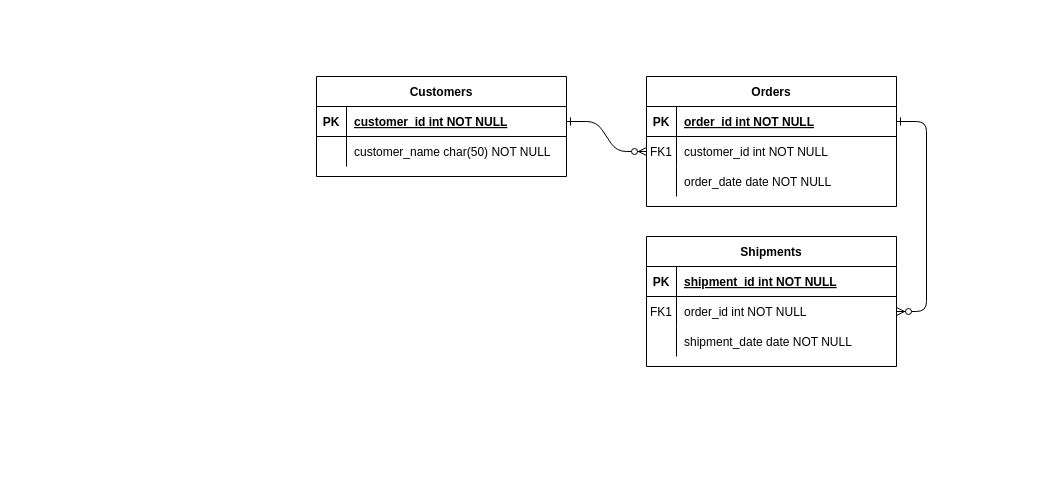
Earlier version of the draw.io diagram Untitled Diagram.drawio (hangnguyen118/draw.io). Source tidied: cells renumbered, new cells numbered last; positions are measured from the earlier drawing's top-left corner, leaving out a move shared by most shapes. Both pictures are drawn from the tidied source at 100%, with x=0, y=0 at pixel (316, 76).
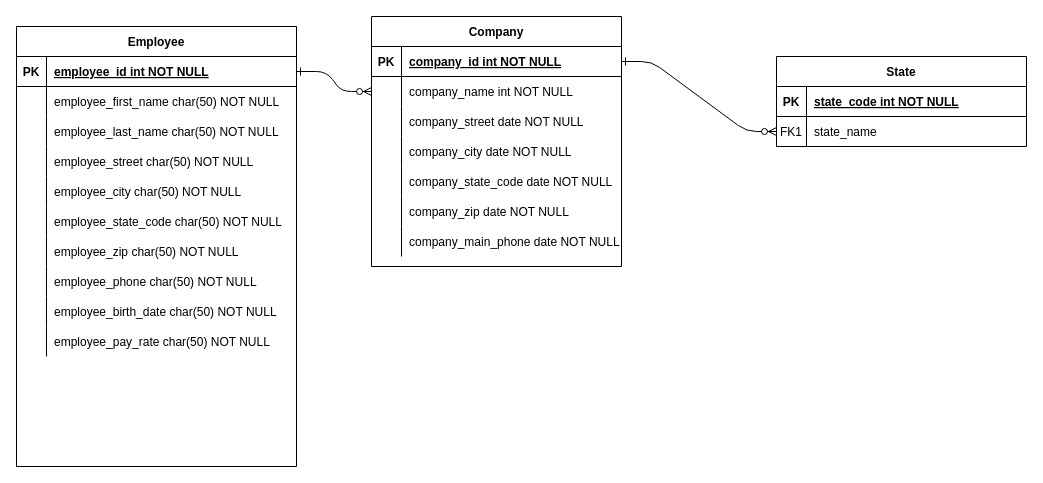
Above is the later version.

The change refers to these unchanged cells:
```xml
<mxCell id="5" style="shape=partialRectangle;fillColor=none;points=[[0,0.5],[1,0.5]];portConstraint=eastwest;top=0;left=0;right=0;bottom=1;" parent="4" vertex="1">
  <mxGeometry y="30" width="250" height="30" as="geometry" />
</mxCell>
<mxCell id="8" style="shape=partialRectangle;fillColor=none;points=[[0,0.5],[1,0.5]];portConstraint=eastwest;top=0;left=0;right=0;bottom=0;" parent="4" vertex="1">
  <mxGeometry y="60" width="250" height="30" as="geometry" />
</mxCell>
<mxCell id="11" style="shape=partialRectangle;fillColor=none;top=0;left=0;right=0;bottom=0;" parent="4" vertex="1">
  <mxGeometry y="90" width="250" height="30" as="geometry" />
</mxCell>
<mxCell id="15" style="shape=partialRectangle;fillColor=none;top=0;left=0;right=0;bottom=1;" parent="14" vertex="1">
  <mxGeometry y="30" width="250" height="30" as="geometry" />
</mxCell>
<mxCell id="18" style="shape=partialRectangle;fillColor=none;points=[[0,0.5],[1,0.5]];portConstraint=eastwest;top=0;left=0;right=0;bottom=0;" parent="14" vertex="1">
  <mxGeometry y="60" width="250" height="30" as="geometry" />
</mxCell>
```

What changed in the source:
```diff
@@
-    <mxCell id="4" value="Orders" style="shape=table;startSize=30;childLayout=tableLayout;rowLines=0;fontStyle=1;align=center;" parent="1" vertex="1">
-      <mxGeometry x="330" width="250" height="130" as="geometry" />
+    <mxCell id="4" value="Company" style="shape=table;startSize=30;childLayout=tableLayout;rowLines=0;fontStyle=1;align=center;" parent="1" vertex="1">
+      <mxGeometry x="55" y="-60" width="250" height="250" as="geometry" />
     </mxCell>
@@
-    <mxCell id="7" value="order_id int NOT NULL " style="shape=partialRectangle;overflow=hidden;fillColor=none;top=0;left=0;bottom=0;right=0;align=left;spacingLeft=6;fontStyle=5;" parent="5" vertex="1">
+    <mxCell id="7" value="company_id int NOT NULL " style="shape=partialRectangle;overflow=hidden;fillColor=none;top=0;left=0;bottom=0;right=0;align=left;spacingLeft=6;fontStyle=5;" parent="5" vertex="1">
       <mxGeometry x="30" width="220" height="30" as="geometry" />
     </mxCell>
@@
-    <mxCell id="9" value="FK1" style="shape=partialRectangle;overflow=hidden;fillColor=none;top=0;left=0;bottom=0;right=0;" parent="8" vertex="1">
+    <mxCell id="9" style="shape=partialRectangle;overflow=hidden;fillColor=none;top=0;left=0;bottom=0;right=0;" parent="8" vertex="1">
       <mxGeometry width="30" height="30" as="geometry" />
     </mxCell>
-    <mxCell id="10" value="customer_id int NOT NULL" style="shape=partialRectangle;overflow=hidden;fillColor=none;top=0;left=0;bottom=0;right=0;align=left;spacingLeft=6;" parent="8" vertex="1">
+    <mxCell id="10" value="company_name int NOT NULL" style="shape=partialRectangle;overflow=hidden;fillColor=none;top=0;left=0;bottom=0;right=0;align=left;spacingLeft=6;" parent="8" vertex="1">
       <mxGeometry x="30" width="220" height="30" as="geometry" />
     </mxCell>
@@
-    <mxCell id="13" value="order_date date NOT NULL" style="shape=partialRectangle;overflow=hidden;fillColor=none;top=0;left=0;bottom=0;right=0;align=left;spacingLeft=6;" parent="11" vertex="1">
+    <mxCell id="13" value="company_street date NOT NULL" style="shape=partialRectangle;overflow=hidden;fillColor=none;top=0;left=0;bottom=0;right=0;align=left;spacingLeft=6;" parent="11" vertex="1">
       <mxGeometry x="30" width="220" height="30" as="geometry" />
     </mxCell>
+    <mxCell id="31" style="shape=partialRectangle;fillColor=none;top=0;left=0;right=0;bottom=0;" parent="4" vertex="1">
+      <mxGeometry y="120" width="250" height="30" as="geometry" />
+    </mxCell>
+    <mxCell id="32" style="shape=partialRectangle;overflow=hidden;fillColor=none;top=0;left=0;bottom=0;right=0;" parent="31" vertex="1">
+      <mxGeometry width="30" height="30" as="geometry" />
+    </mxCell>
+    <mxCell id="33" value="company_city date NOT NULL" style="shape=partialRectangle;overflow=hidden;fillColor=none;top=0;left=0;bottom=0;right=0;align=left;spacingLeft=6;" parent="31" vertex="1">
+      <mxGeometry x="30" width="220" height="30" as="geometry" />
+    </mxCell>
+    <mxCell id="34" style="shape=partialRectangle;fillColor=none;top=0;left=0;right=0;bottom=0;" parent="4" vertex="1">
+      <mxGeometry y="150" width="250" height="30" as="geometry" />
+    </mxCell>
+    <mxCell id="35" style="shape=partialRectangle;overflow=hidden;fillColor=none;top=0;left=0;bottom=0;right=0;" parent="34" vertex="1">
+      <mxGeometry width="30" height="30" as="geometry" />
+    </mxCell>
+    <mxCell id="36" value="company_state_code date NOT NULL" style="shape=partialRectangle;overflow=hidden;fillColor=none;top=0;left=0;bottom=0;right=0;align=left;spacingLeft=6;" parent="34" vertex="1">
+      <mxGeometry x="30" width="220" height="30" as="geometry" />
+    </mxCell>
+    <mxCell id="37" style="shape=partialRectangle;fillColor=none;top=0;left=0;right=0;bottom=0;" parent="4" vertex="1">
+      <mxGeometry y="180" width="250" height="30" as="geometry" />
+    </mxCell>
+    <mxCell id="38" style="shape=partialRectangle;overflow=hidden;fillColor=none;top=0;left=0;bottom=0;right=0;" parent="37" vertex="1">
+      <mxGeometry width="30" height="30" as="geometry" />
+    </mxCell>
+    <mxCell id="39" value="company_zip date NOT NULL" style="shape=partialRectangle;overflow=hidden;fillColor=none;top=0;left=0;bottom=0;right=0;align=left;spacingLeft=6;" parent="37" vertex="1">
+      <mxGeometry x="30" width="220" height="30" as="geometry" />
+    </mxCell>
+    <mxCell id="40" style="shape=partialRectangle;fillColor=none;top=0;left=0;right=0;bottom=0;" parent="4" vertex="1">
+      <mxGeometry y="210" width="250" height="30" as="geometry" />
+    </mxCell>
+    <mxCell id="41" style="shape=partialRectangle;overflow=hidden;fillColor=none;top=0;left=0;bottom=0;right=0;" parent="40" vertex="1">
+      <mxGeometry width="30" height="30" as="geometry" />
+    </mxCell>
+    <mxCell id="42" value="company_main_phone date NOT NULL" style="shape=partialRectangle;overflow=hidden;fillColor=none;top=0;left=0;bottom=0;right=0;align=left;spacingLeft=6;" parent="40" vertex="1">
+      <mxGeometry x="30" width="220" height="30" as="geometry" />
+    </mxCell>
-    <mxCell id="14" value="Shipments" style="shape=table;startSize=30;childLayout=tableLayout;rowLines=0;fontStyle=1;align=center;" parent="1" vertex="1">
-      <mxGeometry x="330" y="160" width="250" height="130" as="geometry" />
+    <mxCell id="14" value="State" style="shape=table;startSize=30;childLayout=tableLayout;rowLines=0;fontStyle=1;align=center;" parent="1" vertex="1">
+      <mxGeometry x="460" y="-20" width="250" height="90" as="geometry" />
     </mxCell>
@@
-    <mxCell id="17" value="shipment_id int NOT NULL " style="shape=partialRectangle;overflow=hidden;fillColor=none;top=0;left=0;bottom=0;right=0;align=left;spacingLeft=6;fontStyle=5;" parent="15" vertex="1">
+    <mxCell id="17" value="state_code int NOT NULL " style="shape=partialRectangle;overflow=hidden;fillColor=none;top=0;left=0;bottom=0;right=0;align=left;spacingLeft=6;fontStyle=5;" parent="15" vertex="1">
       <mxGeometry x="30" width="220" height="30" as="geometry" />
     </mxCell>
@@
-    <mxCell id="20" value="order_id int NOT NULL" style="shape=partialRectangle;overflow=hidden;fillColor=none;top=0;left=0;bottom=0;right=0;align=left;spacingLeft=6;" parent="18" vertex="1">
+    <mxCell id="20" value="state_name" style="shape=partialRectangle;overflow=hidden;fillColor=none;top=0;left=0;bottom=0;right=0;align=left;spacingLeft=6;" parent="18" vertex="1">
       <mxGeometry x="30" width="220" height="30" as="geometry" />
     </mxCell>
-    <mxCell id="21" style="shape=partialRectangle;fillColor=none;top=0;left=0;right=0;bottom=0;" parent="14" vertex="1">
-      <mxGeometry y="90" width="250" height="30" as="geometry" />
-    </mxCell>
-    <mxCell id="22" style="shape=partialRectangle;overflow=hidden;fillColor=none;top=0;left=0;bottom=0;right=0;" parent="21" vertex="1">
-      <mxGeometry width="30" height="30" as="geometry" />
-    </mxCell>
-    <mxCell id="23" value="shipment_date date NOT NULL" style="shape=partialRectangle;overflow=hidden;fillColor=none;top=0;left=0;bottom=0;right=0;align=left;spacingLeft=6;" parent="21" vertex="1">
-      <mxGeometry x="30" width="220" height="30" as="geometry" />
-    </mxCell>
-    <mxCell id="24" value="Customers" style="shape=table;startSize=30;childLayout=tableLayout;rowLines=0;fontStyle=1;align=center;" parent="1" vertex="1">
-      <mxGeometry width="250" height="100" as="geometry" />
+    <mxCell id="24" value="Employee" style="shape=table;startSize=30;childLayout=tableLayout;rowLines=0;fontStyle=1;align=center;" parent="1" vertex="1">
+      <mxGeometry x="-300" y="-50" width="280" height="440" as="geometry" />
     </mxCell>
     <mxCell id="25" style="shape=partialRectangle;fillColor=none;points=[[0,0.5],[1,0.5]];portConstraint=eastwest;top=0;left=0;right=0;bottom=1;" parent="24" vertex="1">
-      <mxGeometry y="30" width="250" height="30" as="geometry" />
+      <mxGeometry y="30" width="280" height="30" as="geometry" />
     </mxCell>
@@
-    <mxCell id="27" value="customer_id int NOT NULL " style="shape=partialRectangle;overflow=hidden;fillColor=none;top=0;left=0;bottom=0;right=0;align=left;spacingLeft=6;fontStyle=5;" parent="25" vertex="1">
-      <mxGeometry x="30" width="220" height="30" as="geometry" />
+    <mxCell id="27" value="employee_id int NOT NULL " style="shape=partialRectangle;overflow=hidden;fillColor=none;top=0;left=0;bottom=0;right=0;align=left;spacingLeft=6;fontStyle=5;" parent="25" vertex="1">
+      <mxGeometry x="30" width="250" height="30" as="geometry" />
     </mxCell>
     <mxCell id="28" style="shape=partialRectangle;fillColor=none;top=0;left=0;right=0;bottom=0;" parent="24" vertex="1">
-      <mxGeometry y="60" width="250" height="30" as="geometry" />
+      <mxGeometry y="60" width="280" height="30" as="geometry" />
     </mxCell>
@@
-    <mxCell id="30" value="customer_name char(50) NOT NULL" style="shape=partialRectangle;overflow=hidden;fillColor=none;top=0;left=0;bottom=0;right=0;align=left;spacingLeft=6;" parent="28" vertex="1">
-      <mxGeometry x="30" width="220" height="30" as="geometry" />
+    <mxCell id="30" value="employee_first_name char(50) NOT NULL" style="shape=partialRectangle;overflow=hidden;fillColor=none;top=0;left=0;bottom=0;right=0;align=left;spacingLeft=6;" parent="28" vertex="1">
+      <mxGeometry x="30" width="250" height="30" as="geometry" />
     </mxCell>
+    <mxCell id="43" style="shape=partialRectangle;fillColor=none;top=0;left=0;right=0;bottom=0;" parent="24" vertex="1">
+      <mxGeometry y="90" width="280" height="30" as="geometry" />
+    </mxCell>
+    <mxCell id="44" style="shape=partialRectangle;overflow=hidden;fillColor=none;top=0;left=0;bottom=0;right=0;" parent="43" vertex="1">
+      <mxGeometry width="30" height="30" as="geometry" />
+    </mxCell>
+    <mxCell id="45" value="employee_last_name char(50) NOT NULL" style="shape=partialRectangle;overflow=hidden;fillColor=none;top=0;left=0;bottom=0;right=0;align=left;spacingLeft=6;" parent="43" vertex="1">
+      <mxGeometry x="30" width="250" height="30" as="geometry" />
+    </mxCell>
+    <mxCell id="46" style="shape=partialRectangle;fillColor=none;top=0;left=0;right=0;bottom=0;" parent="24" vertex="1">
+      <mxGeometry y="120" width="280" height="30" as="geometry" />
+    </mxCell>
+    <mxCell id="47" style="shape=partialRectangle;overflow=hidden;fillColor=none;top=0;left=0;bottom=0;right=0;" parent="46" vertex="1">
+      <mxGeometry width="30" height="30" as="geometry" />
+    </mxCell>
+    <mxCell id="48" value="employee_street char(50) NOT NULL" style="shape=partialRectangle;overflow=hidden;fillColor=none;top=0;left=0;bottom=0;right=0;align=left;spacingLeft=6;" parent="46" vertex="1">
+      <mxGeometry x="30" width="250" height="30" as="geometry" />
+    </mxCell>
+    <mxCell id="49" style="shape=partialRectangle;fillColor=none;top=0;left=0;right=0;bottom=0;" parent="24" vertex="1">
+      <mxGeometry y="150" width="280" height="30" as="geometry" />
+    </mxCell>
+    <mxCell id="50" style="shape=partialRectangle;overflow=hidden;fillColor=none;top=0;left=0;bottom=0;right=0;" parent="49" vertex="1">
+      <mxGeometry width="30" height="30" as="geometry" />
+    </mxCell>
+    <mxCell id="51" value="employee_city char(50) NOT NULL" style="shape=partialRectangle;overflow=hidden;fillColor=none;top=0;left=0;bottom=0;right=0;align=left;spacingLeft=6;" parent="49" vertex="1">
+      <mxGeometry x="30" width="250" height="30" as="geometry" />
+    </mxCell>
+    <mxCell id="52" style="shape=partialRectangle;fillColor=none;top=0;left=0;right=0;bottom=0;" parent="24" vertex="1">
+      <mxGeometry y="180" width="280" height="30" as="geometry" />
+    </mxCell>
+    <mxCell id="53" style="shape=partialRectangle;overflow=hidden;fillColor=none;top=0;left=0;bottom=0;right=0;" parent="52" vertex="1">
+      <mxGeometry width="30" height="30" as="geometry" />
+    </mxCell>
+    <mxCell id="54" value="employee_state_code char(50) NOT NULL" style="shape=partialRectangle;overflow=hidden;fillColor=none;top=0;left=0;bottom=0;right=0;align=left;spacingLeft=6;" parent="52" vertex="1">
+      <mxGeometry x="30" width="250" height="30" as="geometry" />
+    </mxCell>
+    <mxCell id="55" style="shape=partialRectangle;fillColor=none;top=0;left=0;right=0;bottom=0;" parent="24" vertex="1">
+      <mxGeometry y="210" width="280" height="30" as="geometry" />
+    </mxCell>
+    <mxCell id="56" style="shape=partialRectangle;overflow=hidden;fillColor=none;top=0;left=0;bottom=0;right=0;" parent="55" vertex="1">
+      <mxGeometry width="30" height="30" as="geometry" />
+    </mxCell>
+    <mxCell id="57" value="employee_zip char(50) NOT NULL" style="shape=partialRectangle;overflow=hidden;fillColor=none;top=0;left=0;bottom=0;right=0;align=left;spacingLeft=6;" parent="55" vertex="1">
+      <mxGeometry x="30" width="250" height="30" as="geometry" />
+    </mxCell>
+    <mxCell id="58" style="shape=partialRectangle;fillColor=none;top=0;left=0;right=0;bottom=0;" parent="24" vertex="1">
+      <mxGeometry y="240" width="280" height="30" as="geometry" />
+    </mxCell>
+    <mxCell id="59" style="shape=partialRectangle;overflow=hidden;fillColor=none;top=0;left=0;bottom=0;right=0;" parent="58" vertex="1">
+      <mxGeometry width="30" height="30" as="geometry" />
+    </mxCell>
+    <mxCell id="60" value="employee_phone char(50) NOT NULL" style="shape=partialRectangle;overflow=hidden;fillColor=none;top=0;left=0;bottom=0;right=0;align=left;spacingLeft=6;" parent="58" vertex="1">
+      <mxGeometry x="30" width="250" height="30" as="geometry" />
+    </mxCell>
+    <mxCell id="61" style="shape=partialRectangle;fillColor=none;top=0;left=0;right=0;bottom=0;" parent="24" vertex="1">
+      <mxGeometry y="270" width="280" height="30" as="geometry" />
+    </mxCell>
+    <mxCell id="62" style="shape=partialRectangle;overflow=hidden;fillColor=none;top=0;left=0;bottom=0;right=0;" parent="61" vertex="1">
+      <mxGeometry width="30" height="30" as="geometry" />
+    </mxCell>
+    <mxCell id="63" value="employee_birth_date char(50) NOT NULL" style="shape=partialRectangle;overflow=hidden;fillColor=none;top=0;left=0;bottom=0;right=0;align=left;spacingLeft=6;" parent="61" vertex="1">
+      <mxGeometry x="30" width="250" height="30" as="geometry" />
+    </mxCell>
+    <mxCell id="64" style="shape=partialRectangle;fillColor=none;top=0;left=0;right=0;bottom=0;" parent="24" vertex="1">
+      <mxGeometry y="300" width="280" height="30" as="geometry" />
+    </mxCell>
+    <mxCell id="65" style="shape=partialRectangle;overflow=hidden;fillColor=none;top=0;left=0;bottom=0;right=0;" parent="64" vertex="1">
+      <mxGeometry width="30" height="30" as="geometry" />
+    </mxCell>
+    <mxCell id="66" value="employee_pay_rate char(50) NOT NULL" style="shape=partialRectangle;overflow=hidden;fillColor=none;top=0;left=0;bottom=0;right=0;align=left;spacingLeft=6;" parent="64" vertex="1">
+      <mxGeometry x="30" width="250" height="30" as="geometry" />
+    </mxCell>
```
